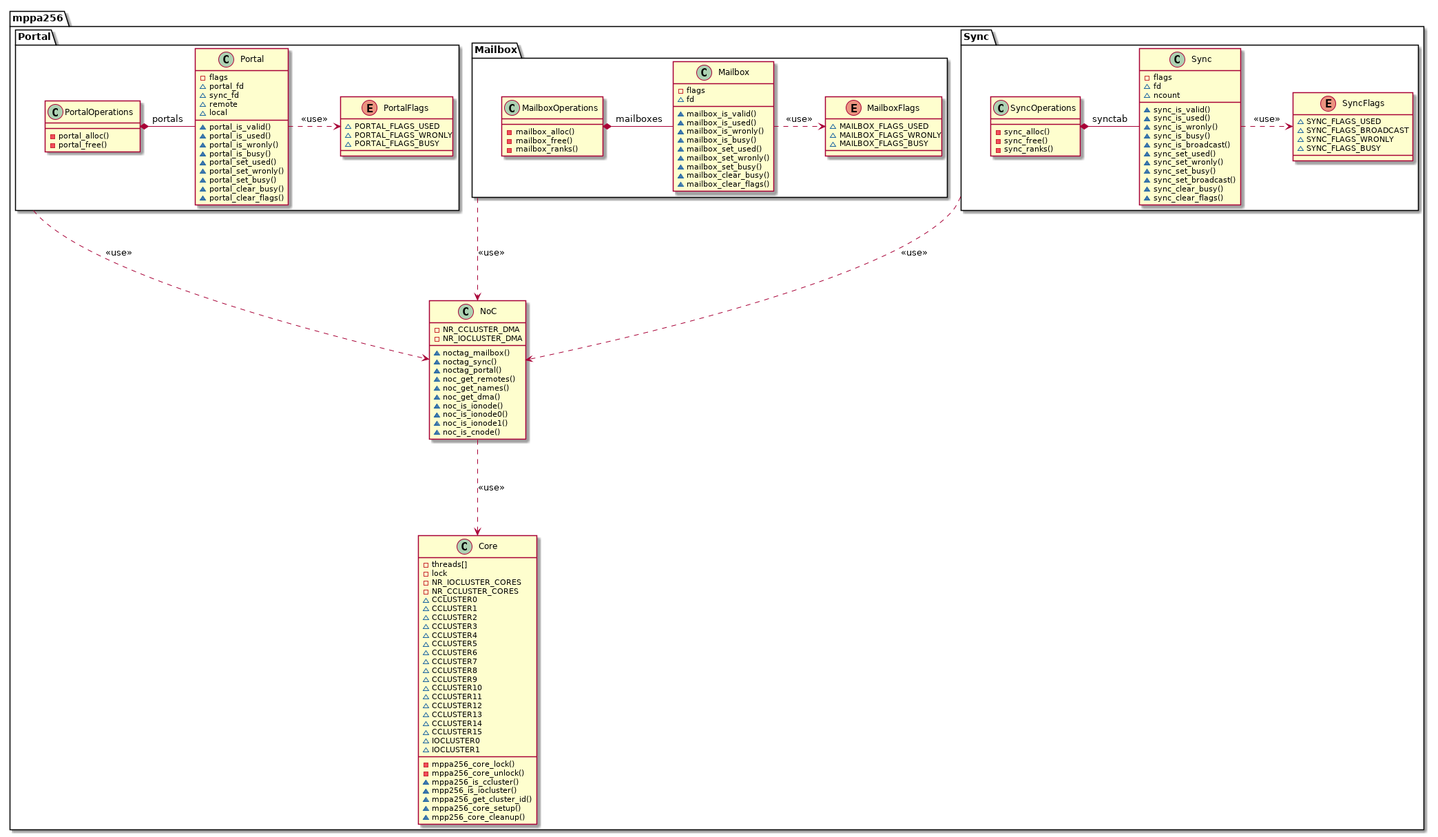
This is doc/class-diagrams/kernel-hal-mppa256.png from mbcastro/multikernel, a PlantUML export, as it was before one commit.
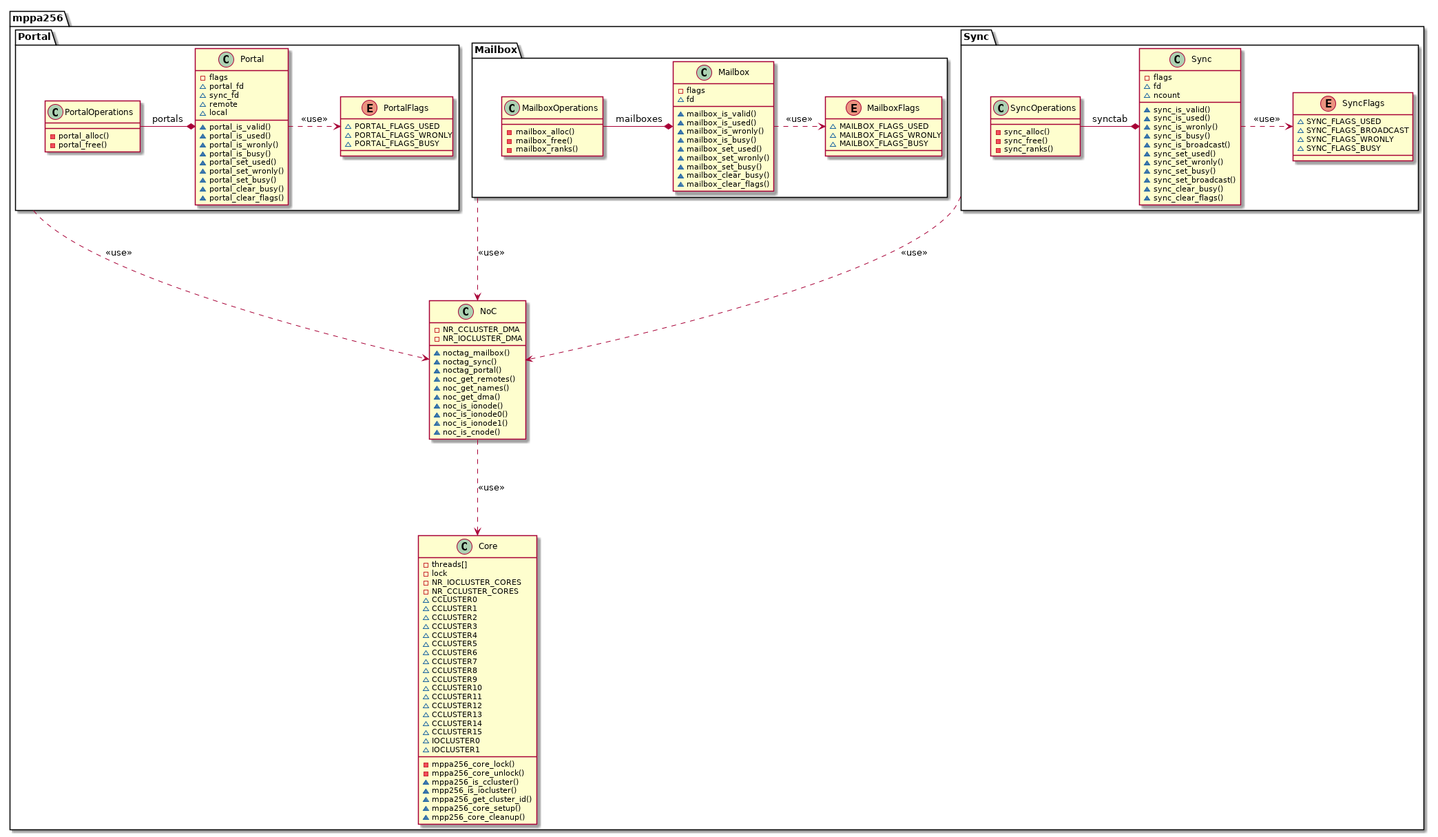
The same file after the commit.

The edit, as a diff of the source:
```diff
@@ -80,7 +80,7 @@
 		}
 
 		Sync           .> SyncFlags : <<use>>
-		SyncOperations *- Sync      : synctab
+		SyncOperations -* Sync      : synctab
 	}
 
 	namespace Mailbox {
@@ -110,8 +110,8 @@
 			- mailbox_ranks()
 		}
 
-		Mailbox               .> MailboxFlags : <<use>>
-		MailboxOperations *- Mailbox          : mailboxes
+		Mailbox           .> MailboxFlags : <<use>>
+		MailboxOperations -* Mailbox      : mailboxes
 	}
 
 	namespace Portal {
@@ -144,7 +144,7 @@
 		}
 
 		Portal           .> PortalFlags : <<use>>
-		PortalOperations *- Portal      : portals
+		PortalOperations -* Portal      : portals
 	}
 
 	mppa256.Sync    ..> mppa256.NoC  : <<use>>
```
